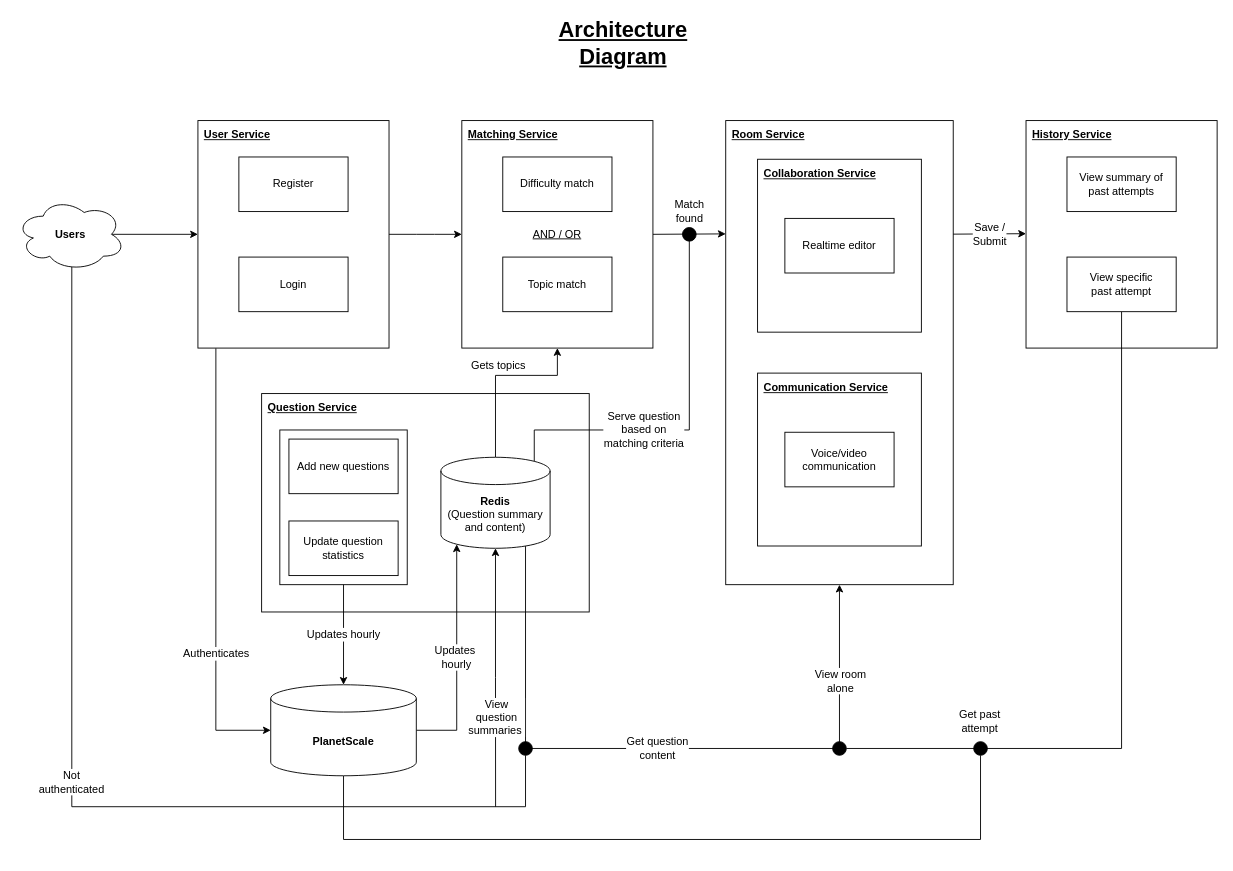
CS3219-AY2223S1/cs3219-project-ay2223s1-g42 keeps this draw.io diagram as docs/cs3219-architecture.drawio. Above is the earlier version. Source tidied: cells renumbered, new cells numbered last; positions are measured from the earlier drawing's top-left corner, leaving out a move shared by most shapes. Both pictures are drawn from the tidied source at 91%, with x=0, y=0 at pixel (15, 15).
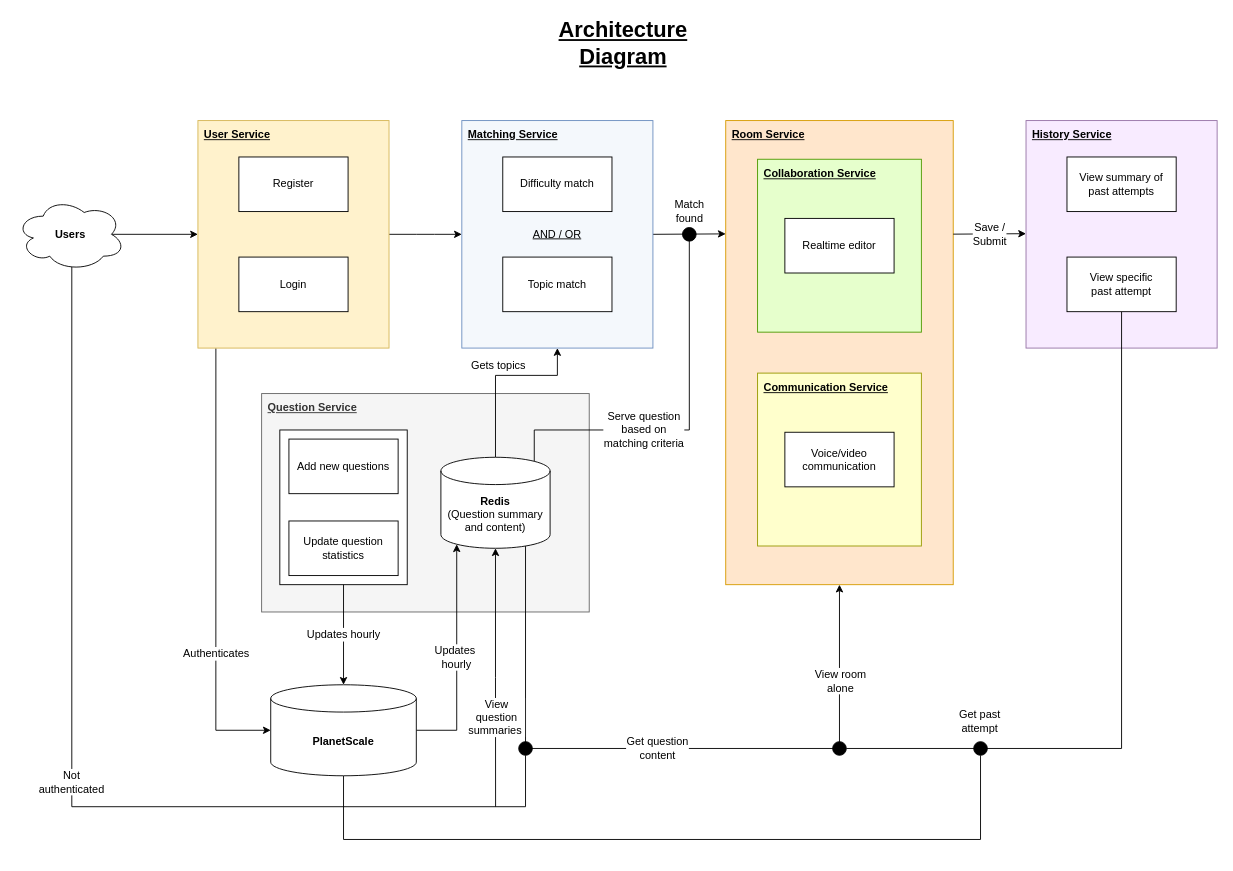
The same page after the edit.

The edit, as a diff of the source:
```diff
@@
-    <mxCell id="2" value="&lt;b&gt;&lt;u&gt;Question Service&lt;/u&gt;&lt;/b&gt;" style="whiteSpace=wrap;html=1;spacingLeft=5;spacingTop=2;align=left;verticalAlign=top;" parent="1" vertex="1">
+    <mxCell id="2" value="&lt;b&gt;&lt;u&gt;Question Service&lt;/u&gt;&lt;/b&gt;" style="whiteSpace=wrap;html=1;spacingLeft=5;spacingTop=2;align=left;verticalAlign=top;fillColor=#f5f5f5;fontColor=#333333;strokeColor=#666666;" parent="1" vertex="1">
       <mxGeometry x="270" y="415" width="360" height="240" as="geometry" />
     </mxCell>
@@
-    <mxCell id="10" value="&lt;u&gt;User Service&lt;/u&gt;" style="whiteSpace=wrap;html=1;align=left;verticalAlign=top;horizontal=1;spacingLeft=5;spacingTop=2;fontStyle=1;" parent="1" vertex="1">
+    <mxCell id="10" value="&lt;u&gt;User Service&lt;/u&gt;" style="whiteSpace=wrap;html=1;align=left;verticalAlign=top;horizontal=1;spacingLeft=5;spacingTop=2;fontStyle=1;fillColor=#fff2cc;strokeColor=#d6b656;" parent="1" vertex="1">
       <mxGeometry x="200" y="115" width="210" height="250" as="geometry" />
     </mxCell>
@@
-    <mxCell id="17" value="&lt;u&gt;Matching Service&lt;/u&gt;" style="whiteSpace=wrap;html=1;align=left;verticalAlign=top;horizontal=1;spacingLeft=5;spacingTop=2;fontStyle=1;" parent="1" vertex="1">
+    <mxCell id="17" value="&lt;u&gt;Matching Service&lt;/u&gt;" style="whiteSpace=wrap;html=1;align=left;verticalAlign=top;horizontal=1;spacingLeft=5;spacingTop=2;fontStyle=1;fillColor=#F4F8FC;strokeColor=#6c8ebf;" parent="1" vertex="1">
       <mxGeometry x="490" y="115" width="210" height="250" as="geometry" />
     </mxCell>
-    <mxCell id="18" value="&lt;u&gt;Room Service&lt;/u&gt;" style="whiteSpace=wrap;html=1;align=left;verticalAlign=top;horizontal=1;spacingLeft=5;spacingTop=2;fontStyle=1;" parent="1" vertex="1">
+    <mxCell id="18" value="&lt;u&gt;Room Service&lt;/u&gt;" style="whiteSpace=wrap;html=1;align=left;verticalAlign=top;horizontal=1;spacingLeft=5;spacingTop=2;fontStyle=1;fillColor=#FFE6CC;strokeColor=#d79b00;" parent="1" vertex="1">
       <mxGeometry x="780" y="115" width="250" height="510" as="geometry" />
     </mxCell>
@@
-    <mxCell id="22" value="Collaboration Service" style="rounded=0;whiteSpace=wrap;html=1;fontSize=12;fontStyle=5;align=left;verticalAlign=top;spacingLeft=5;spacingTop=2;" parent="1" vertex="1">
+    <mxCell id="22" value="Collaboration Service" style="rounded=0;whiteSpace=wrap;html=1;fontSize=12;fontStyle=5;align=left;verticalAlign=top;spacingLeft=5;spacingTop=2;fillColor=#E6FFCC;strokeColor=#4D9900;" parent="1" vertex="1">
       <mxGeometry x="815" y="157.5" width="180" height="190" as="geometry" />
     </mxCell>
@@
-    <mxCell id="24" value="Communication Service" style="rounded=0;whiteSpace=wrap;html=1;fontSize=12;fontStyle=5;align=left;verticalAlign=top;spacingLeft=5;spacingTop=2;" parent="1" vertex="1">
+    <mxCell id="24" value="Communication Service" style="rounded=0;whiteSpace=wrap;html=1;fontSize=12;fontStyle=5;align=left;verticalAlign=top;spacingLeft=5;spacingTop=2;fillColor=#FFFFCC;strokeColor=#999900;" parent="1" vertex="1">
       <mxGeometry x="815" y="392.5" width="180" height="190" as="geometry" />
     </mxCell>
@@
-    <mxCell id="26" value="&lt;u&gt;History Service&lt;/u&gt;" style="whiteSpace=wrap;html=1;align=left;verticalAlign=top;horizontal=1;spacingLeft=5;spacingTop=2;fontStyle=1;" parent="1" vertex="1">
+    <mxCell id="26" value="&lt;u&gt;History Service&lt;/u&gt;" style="whiteSpace=wrap;html=1;align=left;verticalAlign=top;horizontal=1;spacingLeft=5;spacingTop=2;fontStyle=1;fillColor=#F8EBFF;strokeColor=#9673a6;" parent="1" vertex="1">
       <mxGeometry x="1110" y="115" width="210" height="250" as="geometry" />
     </mxCell>
```
